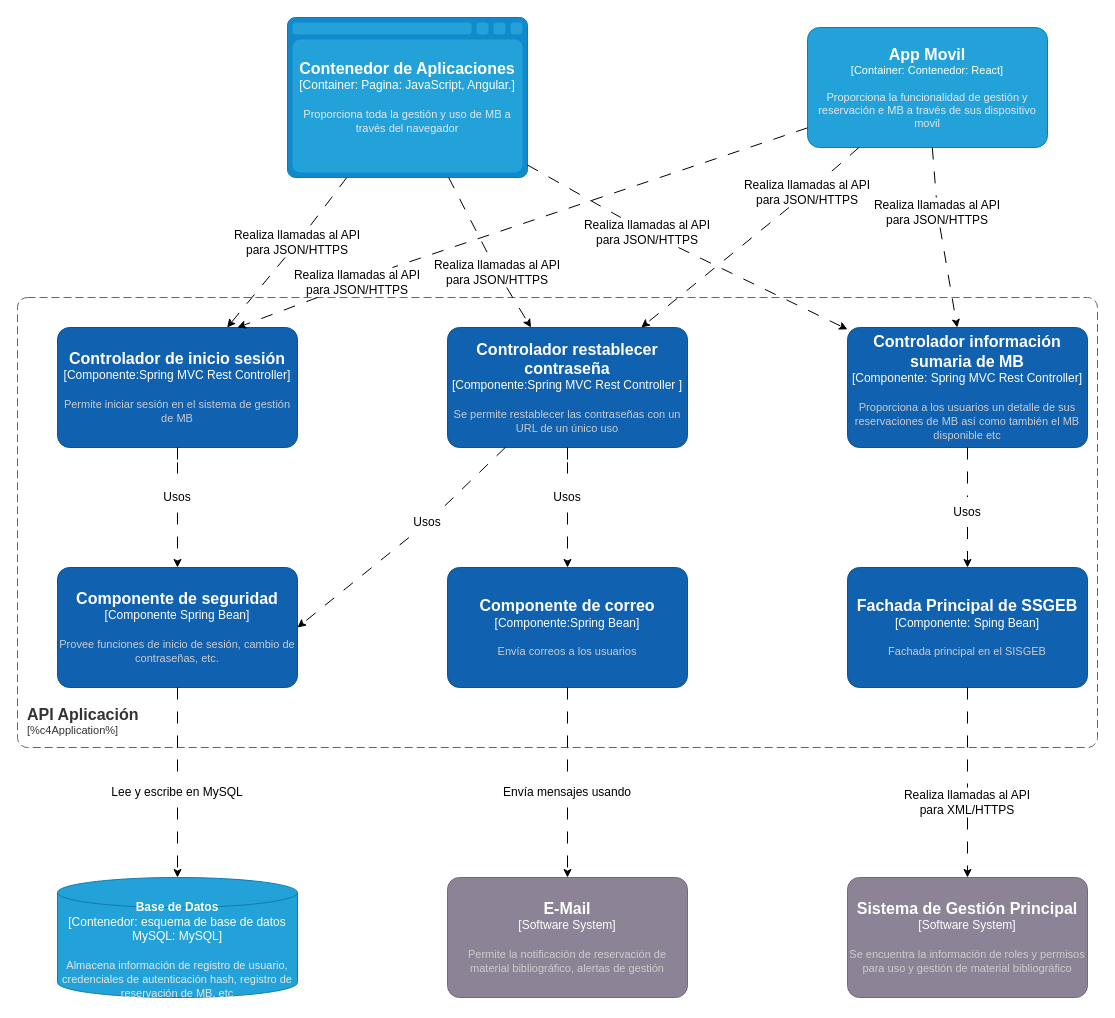
Before: Diagrama de Componentes.drawio in Gelo9033/Gelo9033, a draw.io diagram. Source tidied: cells renumbered, new cells numbered last; positions are measured from the earlier drawing's top-left corner, leaving out a move shared by most shapes. Both pictures are drawn from the tidied source at 100%, with x=0, y=0 at pixel (17, 17).
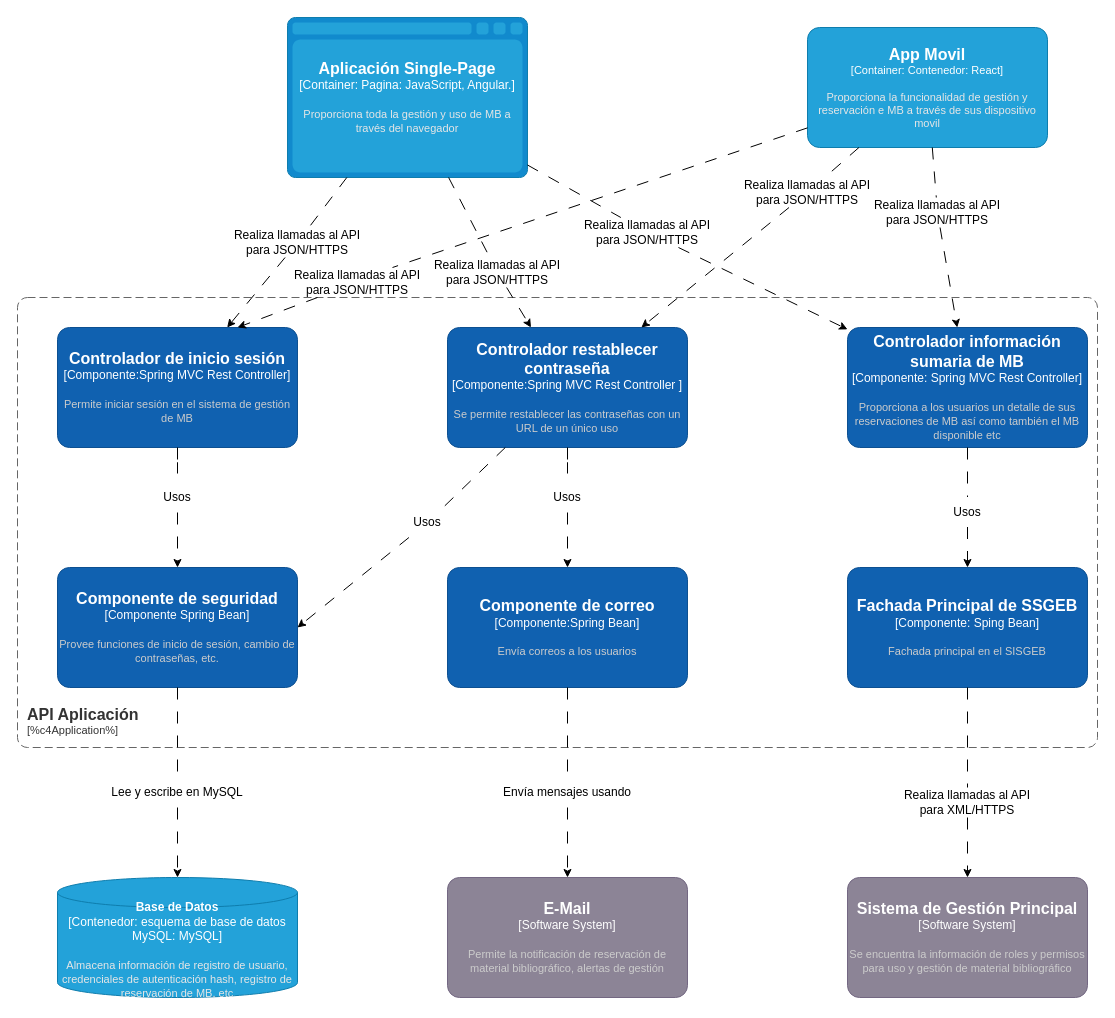
The same page after the edit.

The edit, as a diff of the source:
```diff
@@
-    <object id="6" label="&lt;font style=&quot;font-size: 16px&quot;&gt;&lt;b&gt;%c4Name%&lt;/b&gt;&lt;/font&gt;&lt;div&gt;[%c4Type%:&amp;nbsp;%c4Technology%]&lt;/div&gt;&lt;br&gt;&lt;div&gt;&lt;font style=&quot;font-size: 11px&quot;&gt;&lt;font color=&quot;#E6E6E6&quot;&gt;%c4Description%&lt;/font&gt;&lt;/div&gt;" c4Description="Proporciona toda la gestión y uso de MB a través del navegador" c4Name="Contenedor de Aplicaciones" c4Technology="Pagina: JavaScript, Angular." c4Type="Container" placeholders="1">
+    <object id="6" label="&lt;font style=&quot;font-size: 16px&quot;&gt;&lt;b&gt;%c4Name%&lt;/b&gt;&lt;/font&gt;&lt;div&gt;[%c4Type%:&amp;nbsp;%c4Technology%]&lt;/div&gt;&lt;br&gt;&lt;div&gt;&lt;font style=&quot;font-size: 11px&quot;&gt;&lt;font color=&quot;#E6E6E6&quot;&gt;%c4Description%&lt;/font&gt;&lt;/div&gt;" c4Description="Proporciona toda la gestión y uso de MB a través del navegador" c4Name="Aplicación Single-Page " c4Technology="Pagina: JavaScript, Angular." c4Type="Container" placeholders="1">
       <mxCell style="shape=mxgraph.c4.webBrowserContainer2;whiteSpace=wrap;html=1;boundedLbl=1;rounded=0;labelBackgroundColor=none;strokeColor=#118ACD;fillColor=#23A2D9;strokeColor=#118ACD;strokeColor2=#0E7DAD;fontSize=12;fontColor=#ffffff;align=center;points=[[0.5,0,0],[1,0.25,0],[1,0.5,0],[1,0.75,0],[0.5,1,0],[0,0.75,0],[0,0.5,0],[0,0.25,0]];" parent="1" vertex="1">
         <mxGeometry x="270" width="240" height="160" as="geometry" />
       </mxCell>
     </object>
```
